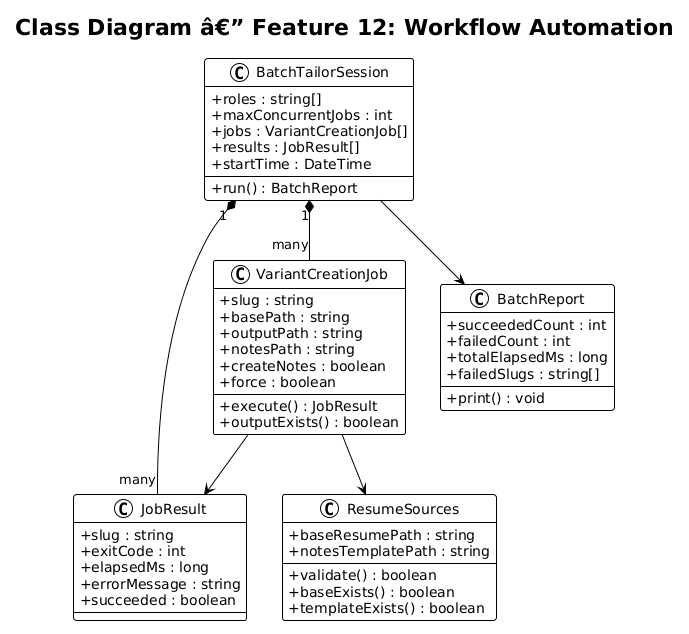
Before: docs/detailed-designs/12-workflow-automation/diagrams/class_diagram.png, a diagram exported from PlantUML (QuinntyneBrown/Orbit).
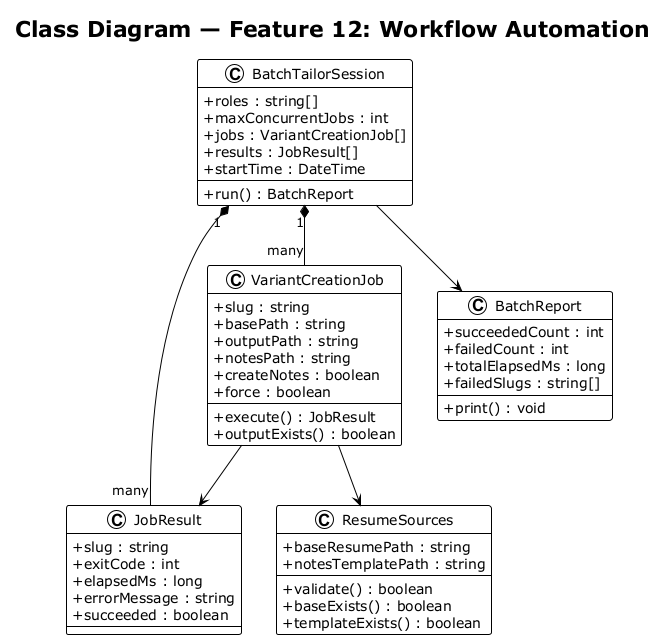
Later version of the same file.

Diff of the diagram source:
```diff
@@ -1,8 +1,8 @@
-@startuml
+@startuml class_diagram
 !theme plain
 skinparam classAttributeIconSize 0
 
-title Class Diagram â€” Feature 12: Workflow Automation
+title Class Diagram — Feature 12: Workflow Automation
 
 class VariantCreationJob {
     + slug : string
@@ -53,4 +53,5 @@
 BatchTailorSession --> BatchReport
 VariantCreationJob --> JobResult
 VariantCreationJob --> ResumeSources
+
 @enduml
```
